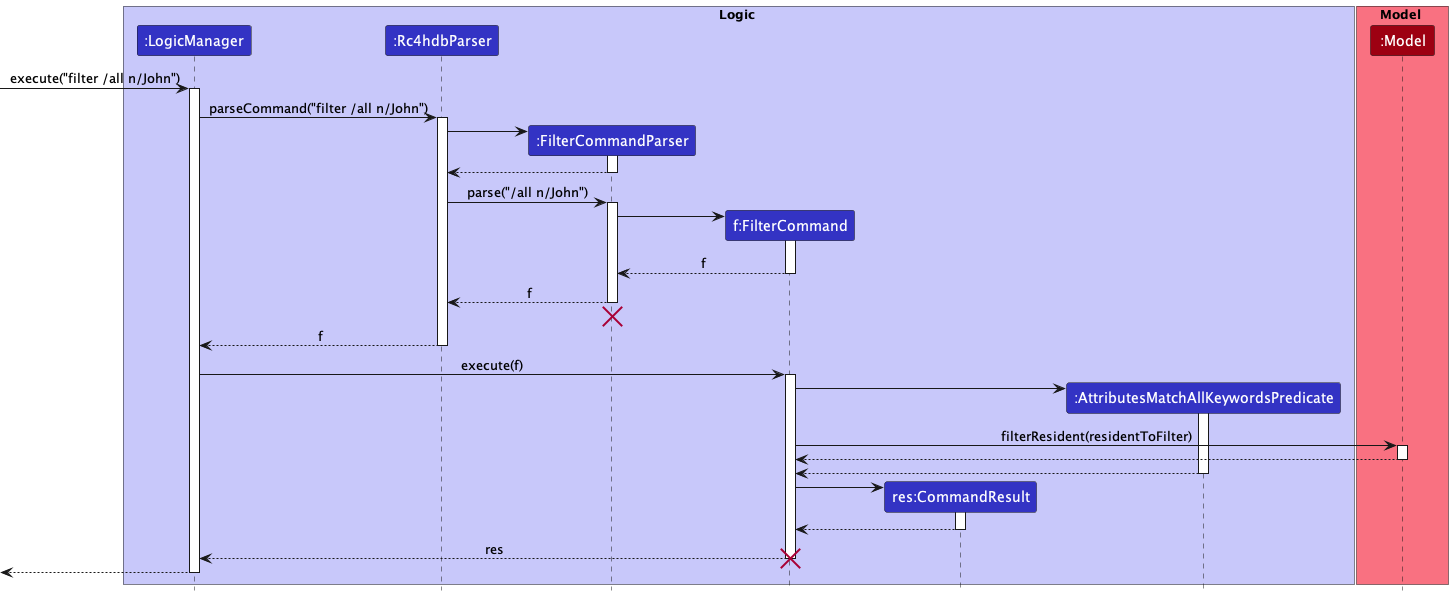
The PlantUML diagram docs/images/FilterCommandSequenceDiagram.png in nus-cs2103-AY2223S1/tp, before a commit. Its diagram source:
```plantuml
@startuml
!include style.puml

box Logic LOGIC_COLOR_T1
participant ":LogicManager" as LogicManager LOGIC_COLOR
participant ":Rc4hdbParser" as Rc4hdbParser LOGIC_COLOR
participant ":FilterCommandParser" as FilterCommandParser LOGIC_COLOR
participant "f:FilterCommand" as FilterCommand LOGIC_COLOR
participant "res:CommandResult" as CommandResult LOGIC_COLOR
participant ":AttributesMatchAllKeywordsPredicate" as AttributesMatchAllKeywordsPredicate LOGIC_COLOR
end box

box Model MODEL_COLOR_T1
participant ":Model" as Model MODEL_COLOR
end box

[-> LogicManager : execute("filter /all n/John")
activate LogicManager

LogicManager -> Rc4hdbParser : parseCommand("filter /all n/John")
activate Rc4hdbParser

create FilterCommandParser
Rc4hdbParser -> FilterCommandParser
activate FilterCommandParser

FilterCommandParser --> Rc4hdbParser
deactivate FilterCommandParser

Rc4hdbParser -> FilterCommandParser : parse("/all n/John")
activate FilterCommandParser
create FilterCommand
FilterCommandParser -> FilterCommand
activate FilterCommand

FilterCommand --> FilterCommandParser : f
deactivate FilterCommand

FilterCommandParser --> Rc4hdbParser : f
deactivate FilterCommandParser
FilterCommandParser -[hidden]-> Rc4hdbParser
destroy FilterCommandParser

Rc4hdbParser --> LogicManager : f
deactivate Rc4hdbParser
LogicManager -> FilterCommand : execute(f)
activate FilterCommand

create AttributesMatchAllKeywordsPredicate
FilterCommand -> AttributesMatchAllKeywordsPredicate
activate AttributesMatchAllKeywordsPredicate

FilterCommand -> Model : filterResident(residentToFilter)
activate Model
Model --> FilterCommand
deactivate Model

AttributesMatchAllKeywordsPredicate --> FilterCommand
deactivate AttributesMatchAllKeywordsPredicate

create CommandResult
FilterCommand -> CommandResult
activate CommandResult

CommandResult --> FilterCommand
deactivate CommandResult

FilterCommand --> LogicManager : res
deactivate FilterCommand
destroy FilterCommand

[<--LogicManager
deactivate LogicManager
@enduml
```
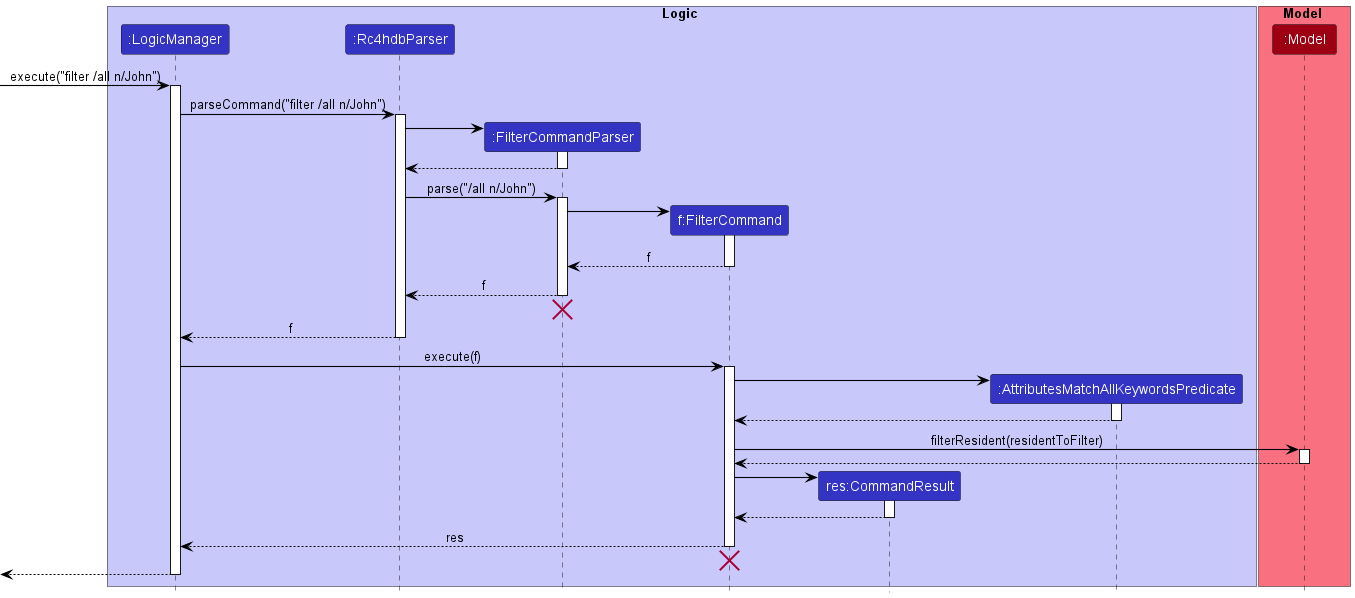
After the change.

The edit, as a diff of the source:
```diff
@@ -1,5 +1,7 @@
 @startuml
 !include style.puml
+skinparam arrowThickness 1.1
+skinparam arrowColor BLACK
 
 box Logic LOGIC_COLOR_T1
 participant ":LogicManager" as LogicManager LOGIC_COLOR
@@ -50,13 +52,13 @@
 FilterCommand -> AttributesMatchAllKeywordsPredicate
 activate AttributesMatchAllKeywordsPredicate
 
+AttributesMatchAllKeywordsPredicate --> FilterCommand
+deactivate AttributesMatchAllKeywordsPredicate
+
 FilterCommand -> Model : filterResident(residentToFilter)
 activate Model
 Model --> FilterCommand
 deactivate Model
-
-AttributesMatchAllKeywordsPredicate --> FilterCommand
-deactivate AttributesMatchAllKeywordsPredicate
 
 create CommandResult
 FilterCommand -> CommandResult
@@ -67,6 +69,7 @@
 
 FilterCommand --> LogicManager : res
 deactivate FilterCommand
+FilterCommand -[hidden]-> LogicManager
 destroy FilterCommand
 
 [<--LogicManager
```
